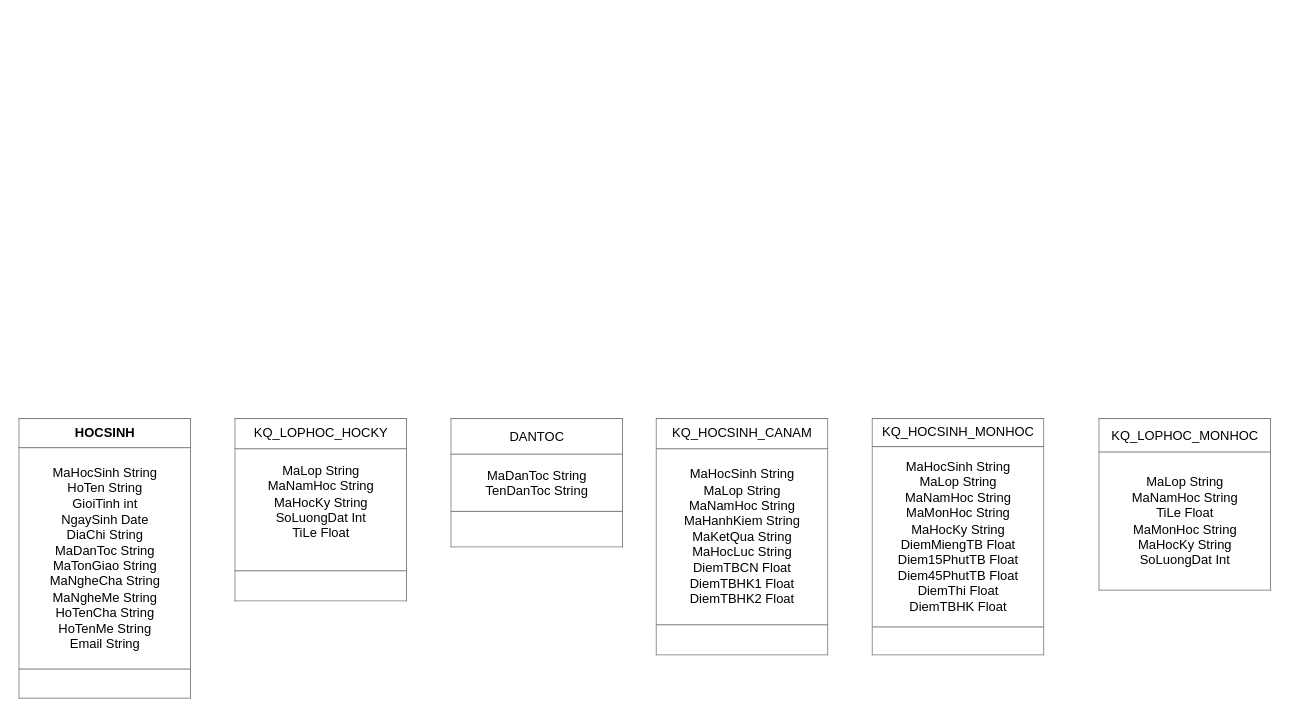
Earlier version of the draw.io diagram page "CD" (2 of 2) of diagram.drawio (NguyenTanNHa/Final---QUAN-LY-HE-THONG-THONG-TIN). Source tidied: cells renumbered, new cells numbered last; positions are measured from the earlier drawing's top-left corner, leaving out a move shared by most shapes. Both pictures are drawn from the tidied source at 108%, with x=0, y=0 at pixel (18, 418).
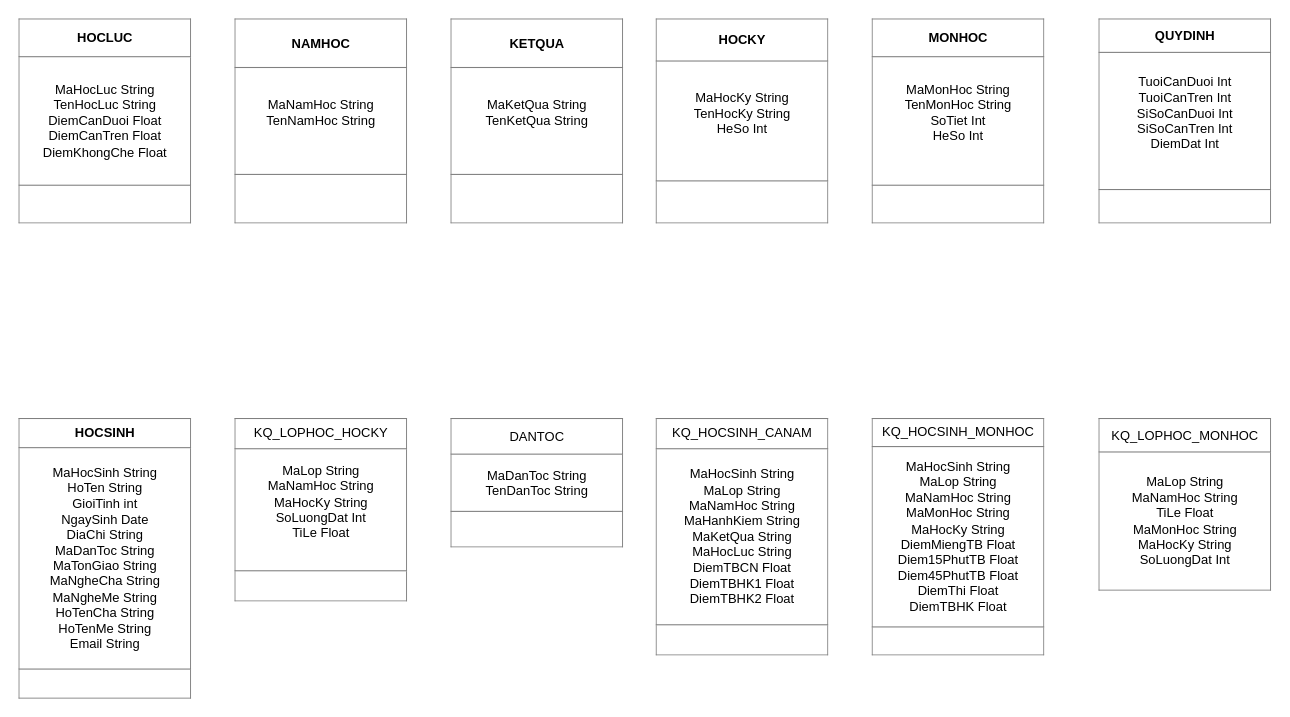
The same diagram, later.

Change to the diagram source:
```diff
@@
 <mxGraphModel>
   <root>
     <mxCell id="0" />
     <mxCell id="1" parent="0" />
     <mxCell id="2" value="&lt;table border=&quot;1&quot; width=&quot;100%&quot; height=&quot;100%&quot; cellpadding=&quot;4&quot; style=&quot;width:100%;height:100%;border-collapse:collapse;&quot;&gt;&lt;tbody&gt;&lt;tr&gt;&lt;th align=&quot;center&quot;&gt;&lt;b&gt;HOCSINH&lt;/b&gt;&lt;/th&gt;&lt;/tr&gt;&lt;tr&gt;&lt;td align=&quot;center&quot;&gt;MaHocSinh String&lt;br&gt;HoTen String&lt;br&gt;GioiTinh int&lt;br&gt;NgaySinh Date&lt;br&gt;DiaChi String&lt;br&gt;MaDanToc String&lt;br&gt;MaTonGiao String&lt;br&gt;MaNgheCha String&lt;br&gt;MaNgheMe String&lt;br&gt;HoTenCha String&lt;br&gt;HoTenMe String&lt;br&gt;Email String&lt;/td&gt;&lt;/tr&gt;&lt;tr&gt;&lt;td align=&quot;center&quot;&gt;&lt;br&gt;&lt;/td&gt;&lt;/tr&gt;&lt;/tbody&gt;&lt;/table&gt;" style="text;html=1;whiteSpace=wrap;strokeColor=none;fillColor=none;overflow=fill;" parent="1" vertex="1">
       <mxGeometry width="160" height="260" as="geometry" />
     </mxCell>
     <mxCell id="3" value="&lt;table border=&quot;1&quot; width=&quot;100%&quot; height=&quot;100%&quot; cellpadding=&quot;4&quot; style=&quot;width:100%;height:100%;border-collapse:collapse;&quot;&gt;&lt;tbody&gt;&lt;tr&gt;&lt;th align=&quot;center&quot;&gt;&lt;span style=&quot;font-weight: 400;&quot;&gt;KQ_LOPHOC_HOCKY&lt;/span&gt;&lt;br&gt;&lt;/th&gt;&lt;/tr&gt;&lt;tr&gt;&lt;td align=&quot;center&quot;&gt;MaLop String&lt;br&gt;MaNamHoc String&lt;br&gt;MaHocKy String&lt;br&gt;SoLuongDat Int&lt;br&gt;TiLe Float&lt;br&gt;&lt;br&gt;&lt;/td&gt;&lt;/tr&gt;&lt;tr&gt;&lt;td align=&quot;center&quot;&gt;&lt;br&gt;&lt;/td&gt;&lt;/tr&gt;&lt;/tbody&gt;&lt;/table&gt;" style="text;html=1;whiteSpace=wrap;strokeColor=none;fillColor=none;overflow=fill;" parent="1" vertex="1">
       <mxGeometry x="200" width="160" height="170" as="geometry" />
     </mxCell>
     <mxCell id="4" value="&lt;table border=&quot;1&quot; width=&quot;100%&quot; height=&quot;100%&quot; cellpadding=&quot;4&quot; style=&quot;width:100%;height:100%;border-collapse:collapse;&quot;&gt;&lt;tbody&gt;&lt;tr&gt;&lt;th align=&quot;center&quot;&gt;&lt;span style=&quot;font-weight: 400;&quot;&gt;DANTOC&lt;/span&gt;&lt;br&gt;&lt;/th&gt;&lt;/tr&gt;&lt;tr&gt;&lt;td align=&quot;center&quot;&gt;MaDanToc String&lt;br&gt;TenDanToc String&lt;br&gt;&lt;/td&gt;&lt;/tr&gt;&lt;tr&gt;&lt;td align=&quot;center&quot;&gt;&lt;br&gt;&lt;/td&gt;&lt;/tr&gt;&lt;/tbody&gt;&lt;/table&gt;" style="text;html=1;whiteSpace=wrap;strokeColor=none;fillColor=none;overflow=fill;" parent="1" vertex="1">
       <mxGeometry x="400" width="160" height="120" as="geometry" />
     </mxCell>
     <mxCell id="5" value="&lt;table border=&quot;1&quot; width=&quot;100%&quot; height=&quot;100%&quot; cellpadding=&quot;4&quot; style=&quot;width:100%;height:100%;border-collapse:collapse;&quot;&gt;&lt;tbody&gt;&lt;tr&gt;&lt;th align=&quot;center&quot;&gt;&lt;span style=&quot;font-weight: 400;&quot;&gt;KQ_HOCSINH_CANAM&lt;/span&gt;&lt;br&gt;&lt;/th&gt;&lt;/tr&gt;&lt;tr&gt;&lt;td align=&quot;center&quot;&gt;MaHocSinh String&lt;br&gt;MaLop String&lt;br&gt;MaNamHoc String&lt;br&gt;MaHanhKiem String&lt;br&gt;MaKetQua String&lt;br&gt;MaHocLuc String&lt;br&gt;DiemTBCN Float&lt;br&gt;DiemTBHK1 Float&lt;br&gt;DiemTBHK2 Float&lt;br&gt;&lt;/td&gt;&lt;/tr&gt;&lt;tr&gt;&lt;td align=&quot;center&quot;&gt;&lt;br&gt;&lt;/td&gt;&lt;/tr&gt;&lt;/tbody&gt;&lt;/table&gt;" style="text;html=1;whiteSpace=wrap;strokeColor=none;fillColor=none;overflow=fill;" parent="1" vertex="1">
       <mxGeometry x="590" width="160" height="220" as="geometry" />
     </mxCell>
     <mxCell id="6" value="&lt;table border=&quot;1&quot; width=&quot;100%&quot; height=&quot;100%&quot; cellpadding=&quot;4&quot; style=&quot;width:100%;height:100%;border-collapse:collapse;&quot;&gt;&lt;tbody&gt;&lt;tr&gt;&lt;th align=&quot;center&quot;&gt;&lt;span style=&quot;font-weight: 400;&quot;&gt;KQ_HOCSINH_MONHOC&lt;/span&gt;&lt;br&gt;&lt;/th&gt;&lt;/tr&gt;&lt;tr&gt;&lt;td align=&quot;center&quot;&gt;MaHocSinh String&lt;br&gt;MaLop String&lt;br&gt;MaNamHoc String&lt;br&gt;MaMonHoc String&lt;br&gt;MaHocKy String&lt;br&gt;DiemMiengTB Float&lt;br&gt;Diem15PhutTB Float&lt;br&gt;Diem45PhutTB Float&lt;br&gt;DiemThi Float&lt;br&gt;DiemTBHK Float&lt;/td&gt;&lt;/tr&gt;&lt;tr&gt;&lt;td align=&quot;center&quot;&gt;&lt;br&gt;&lt;/td&gt;&lt;/tr&gt;&lt;/tbody&gt;&lt;/table&gt;" style="text;html=1;whiteSpace=wrap;strokeColor=none;fillColor=none;overflow=fill;" parent="1" vertex="1">
       <mxGeometry x="790" width="160" height="220" as="geometry" />
     </mxCell>
     <mxCell id="7" value="&lt;table border=&quot;1&quot; width=&quot;100%&quot; height=&quot;100%&quot; cellpadding=&quot;4&quot; style=&quot;width:100%;height:100%;border-collapse:collapse;&quot;&gt;&lt;tbody&gt;&lt;tr&gt;&lt;th align=&quot;center&quot;&gt;&lt;span style=&quot;font-weight: 400;&quot;&gt;KQ_LOPHOC_MONHOC&lt;/span&gt;&lt;br&gt;&lt;/th&gt;&lt;/tr&gt;&lt;tr&gt;&lt;td align=&quot;center&quot;&gt;MaLop String&lt;br&gt;MaNamHoc String&lt;br&gt;TiLe Float&lt;br&gt;MaMonHoc String&lt;br&gt;MaHocKy String&lt;br&gt;SoLuongDat Int&lt;br&gt;&lt;/td&gt;&lt;/tr&gt;&lt;/tbody&gt;&lt;/table&gt;" style="text;html=1;whiteSpace=wrap;strokeColor=none;fillColor=none;overflow=fill;" parent="1" vertex="1">
       <mxGeometry x="1000" width="160" height="160" as="geometry" />
     </mxCell>
+    <mxCell id="8" value="&lt;table border=&quot;1&quot; width=&quot;100%&quot; height=&quot;100%&quot; cellpadding=&quot;4&quot; style=&quot;width:100%;height:100%;border-collapse:collapse;&quot;&gt;&lt;tbody&gt;&lt;tr&gt;&lt;th align=&quot;center&quot;&gt;HOCLUC&lt;/th&gt;&lt;/tr&gt;&lt;tr&gt;&lt;td align=&quot;center&quot;&gt;MaHocLuc String&lt;br&gt;TenHocLuc String&lt;br&gt;DiemCanDuoi Float&lt;br&gt;DiemCanTren Float&lt;br&gt;DiemKhongChe Float&lt;br&gt;&lt;/td&gt;&lt;/tr&gt;&lt;tr&gt;&lt;td align=&quot;center&quot;&gt;&lt;br&gt;&lt;/td&gt;&lt;/tr&gt;&lt;/tbody&gt;&lt;/table&gt;" style="text;html=1;whiteSpace=wrap;strokeColor=none;fillColor=none;overflow=fill;" parent="1" vertex="1">
+      <mxGeometry y="-370" width="160" height="190" as="geometry" />
+    </mxCell>
+    <mxCell id="9" value="&lt;table border=&quot;1&quot; width=&quot;100%&quot; height=&quot;100%&quot; cellpadding=&quot;4&quot; style=&quot;width:100%;height:100%;border-collapse:collapse;&quot;&gt;&lt;tbody&gt;&lt;tr&gt;&lt;th align=&quot;center&quot;&gt;NAMHOC&lt;/th&gt;&lt;/tr&gt;&lt;tr&gt;&lt;td align=&quot;center&quot;&gt;MaNamHoc String&lt;br&gt;TenNamHoc String&lt;br&gt;&lt;br&gt;&lt;/td&gt;&lt;/tr&gt;&lt;tr&gt;&lt;td align=&quot;center&quot;&gt;&lt;br&gt;&lt;/td&gt;&lt;/tr&gt;&lt;/tbody&gt;&lt;/table&gt;" style="text;html=1;whiteSpace=wrap;strokeColor=none;fillColor=none;overflow=fill;" parent="1" vertex="1">
+      <mxGeometry x="200" y="-370" width="160" height="190" as="geometry" />
+    </mxCell>
+    <mxCell id="10" value="&lt;table border=&quot;1&quot; width=&quot;100%&quot; height=&quot;100%&quot; cellpadding=&quot;4&quot; style=&quot;width:100%;height:100%;border-collapse:collapse;&quot;&gt;&lt;tbody&gt;&lt;tr&gt;&lt;th align=&quot;center&quot;&gt;KETQUA&lt;/th&gt;&lt;/tr&gt;&lt;tr&gt;&lt;td align=&quot;center&quot;&gt;MaKetQua String&lt;br&gt;TenKetQua String&lt;br&gt;&lt;br&gt;&lt;/td&gt;&lt;/tr&gt;&lt;tr&gt;&lt;td align=&quot;center&quot;&gt;&lt;br&gt;&lt;/td&gt;&lt;/tr&gt;&lt;/tbody&gt;&lt;/table&gt;" style="text;html=1;whiteSpace=wrap;strokeColor=none;fillColor=none;overflow=fill;" parent="1" vertex="1">
+      <mxGeometry x="400" y="-370" width="160" height="190" as="geometry" />
+    </mxCell>
+    <mxCell id="11" value="&lt;table border=&quot;1&quot; width=&quot;100%&quot; height=&quot;100%&quot; cellpadding=&quot;4&quot; style=&quot;width:100%;height:100%;border-collapse:collapse;&quot;&gt;&lt;tbody&gt;&lt;tr&gt;&lt;th align=&quot;center&quot;&gt;MONHOC&lt;/th&gt;&lt;/tr&gt;&lt;tr&gt;&lt;td align=&quot;center&quot;&gt;MaMonHoc String&lt;br&gt;TenMonHoc String&lt;br&gt;SoTiet Int&lt;br&gt;HeSo Int&lt;br&gt;&lt;br&gt;&lt;/td&gt;&lt;/tr&gt;&lt;tr&gt;&lt;td align=&quot;center&quot;&gt;&lt;br&gt;&lt;/td&gt;&lt;/tr&gt;&lt;/tbody&gt;&lt;/table&gt;" style="text;html=1;whiteSpace=wrap;strokeColor=none;fillColor=none;overflow=fill;" parent="1" vertex="1">
+      <mxGeometry x="790" y="-370" width="160" height="190" as="geometry" />
+    </mxCell>
+    <mxCell id="12" value="&lt;table border=&quot;1&quot; width=&quot;100%&quot; height=&quot;100%&quot; cellpadding=&quot;4&quot; style=&quot;width:100%;height:100%;border-collapse:collapse;&quot;&gt;&lt;tbody&gt;&lt;tr&gt;&lt;th align=&quot;center&quot;&gt;QUYDINH&lt;/th&gt;&lt;/tr&gt;&lt;tr&gt;&lt;td align=&quot;center&quot;&gt;TuoiCanDuoi Int&lt;br&gt;TuoiCanTren Int&lt;br&gt;SiSoCanDuoi Int&lt;br&gt;SiSoCanTren Int&lt;br&gt;DiemDat Int&lt;br&gt;&lt;br&gt;&lt;/td&gt;&lt;/tr&gt;&lt;tr&gt;&lt;td align=&quot;center&quot;&gt;&lt;br&gt;&lt;/td&gt;&lt;/tr&gt;&lt;/tbody&gt;&lt;/table&gt;" style="text;html=1;whiteSpace=wrap;strokeColor=none;fillColor=none;overflow=fill;" parent="1" vertex="1">
+      <mxGeometry x="1000" y="-370" width="160" height="190" as="geometry" />
+    </mxCell>
+    <mxCell id="13" value="&lt;table border=&quot;1&quot; width=&quot;100%&quot; height=&quot;100%&quot; cellpadding=&quot;4&quot; style=&quot;width:100%;height:100%;border-collapse:collapse;&quot;&gt;&lt;tbody&gt;&lt;tr&gt;&lt;th align=&quot;center&quot;&gt;HOCKY&lt;/th&gt;&lt;/tr&gt;&lt;tr&gt;&lt;td align=&quot;center&quot;&gt;MaHocKy String&lt;br&gt;TenHocKy String&lt;br&gt;HeSo Int&lt;br&gt;&lt;br&gt;&lt;/td&gt;&lt;/tr&gt;&lt;tr&gt;&lt;td align=&quot;center&quot;&gt;&lt;br&gt;&lt;/td&gt;&lt;/tr&gt;&lt;/tbody&gt;&lt;/table&gt;" style="text;html=1;whiteSpace=wrap;strokeColor=none;fillColor=none;overflow=fill;" parent="1" vertex="1">
+      <mxGeometry x="590" y="-370" width="160" height="190" as="geometry" />
+    </mxCell>
   </root>
 </mxGraphModel>
```
